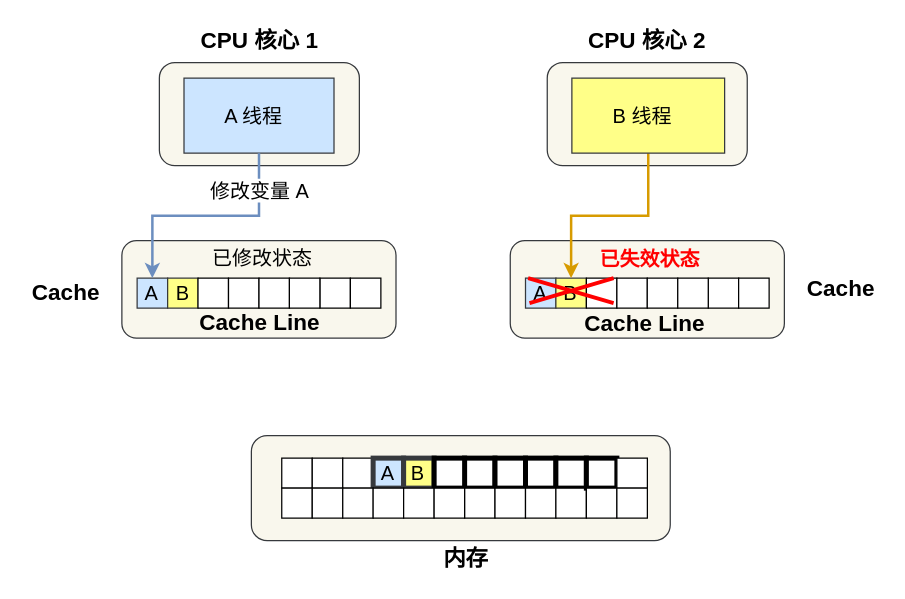
Above: 操作系统/CPU伪共享/分析伪共享4.drawio in xiaolincoder/ImageHost3 (draw.io), before the change. Source tidied: cells renumbered, new cells numbered last; positions are measured from the earlier drawing's top-left corner, leaving out a move shared by most shapes. Both pictures are drawn from the tidied source at 125%, with x=0, y=0 at pixel (21, 21).
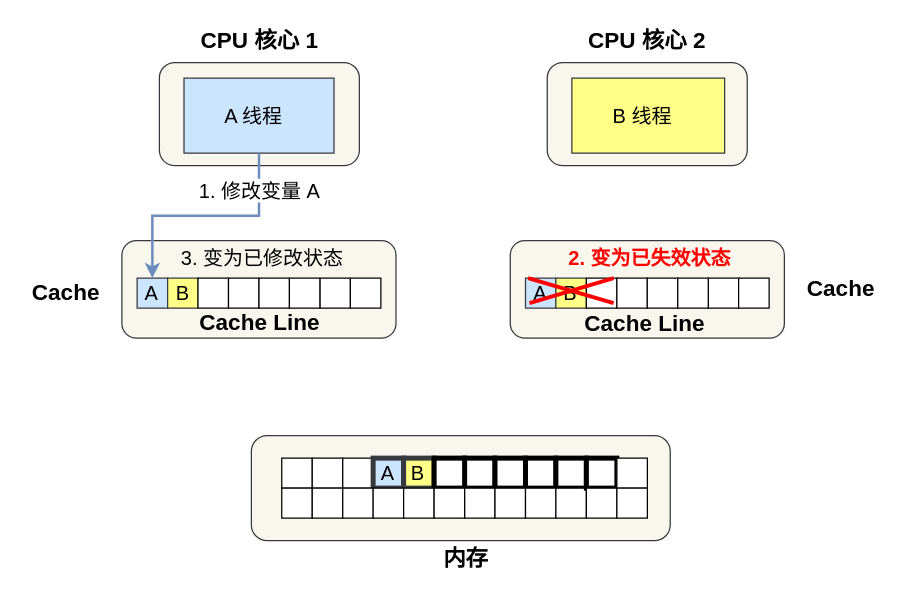
Above is the later version.

Commit message (it also covers changes not shown here):
Update 分析伪共享4.drawio

The change refers to these unchanged cells:
```xml
<mxCell id="3" value="&lt;font style=&quot;font-size: 16px&quot;&gt;A 线程&amp;nbsp;&amp;nbsp;&lt;/font&gt;" style="rounded=0;whiteSpace=wrap;html=1;shadow=0;sketch=0;strokeWidth=1;fillColor=#cce5ff;strokeColor=#36393d;" parent="1" vertex="1">
  <mxGeometry x="129.7" y="45" width="120" height="60" as="geometry" />
</mxCell>
<mxCell id="27" value="A" style="rounded=0;whiteSpace=wrap;html=1;fillColor=#cce5ff;strokeColor=#36393d;fontSize=16;" parent="1" vertex="1">
  <mxGeometry x="92.2" y="205" width="24.4" height="24" as="geometry" />
</mxCell>
<mxCell id="36" value="B" style="rounded=0;whiteSpace=wrap;html=1;fillColor=#ffff88;strokeColor=#36393d;fontSize=16;" parent="1" vertex="1">
  <mxGeometry x="427.2" y="205" width="24.4" height="24" as="geometry" />
</mxCell>
<mxCell id="50" value="&lt;font style=&quot;font-size: 16px&quot;&gt;B 线程&amp;nbsp;&amp;nbsp;&lt;/font&gt;" style="rounded=0;whiteSpace=wrap;html=1;shadow=0;sketch=0;strokeWidth=1;fillColor=#ffff88;strokeColor=#36393d;" parent="1" vertex="1">
  <mxGeometry x="440" y="45" width="122.2" height="60" as="geometry" />
</mxCell>
```

Diff of the diagram source:
```diff
@@
-    <mxCell id="49" style="edgeStyle=orthogonalEdgeStyle;rounded=0;jettySize=auto;html=1;fontSize=18;fillColor=#ffcd28;gradientColor=#ffa500;strokeColor=#d79b00;strokeWidth=2;" parent="1" edge="1" source="50" target="36">
-      <mxGeometry relative="1" as="geometry" />
-    </mxCell>
@@
-    <mxCell id="54" value="修改变量 A" style="edgeStyle=orthogonalEdgeStyle;rounded=0;jettySize=auto;html=1;entryX=0.5;entryY=0;entryDx=0;entryDy=0;fontSize=16;fillColor=#dae8fc;strokeColor=#6c8ebf;gradientColor=#7ea6e0;strokeWidth=2;exitX=0.5;exitY=1;exitDx=0;exitDy=0;" parent="1" edge="1" source="3" target="27">
+    <mxCell id="54" value="1. 修改变量 A" style="edgeStyle=orthogonalEdgeStyle;rounded=0;jettySize=auto;html=1;entryX=0.5;entryY=0;entryDx=0;entryDy=0;fontSize=16;fillColor=#dae8fc;strokeColor=#6c8ebf;gradientColor=#7ea6e0;strokeWidth=2;exitX=0.5;exitY=1;exitDx=0;exitDy=0;" parent="1" edge="1" source="3" target="27">
       <mxGeometry x="-0.68" relative="1" as="geometry" />
     </mxCell>
@@
-    <mxCell id="58" value="已修改状态" style="text;html=1;align=center;verticalAlign=middle;fontSize=16;" parent="1" vertex="1">
-      <mxGeometry x="142.3" y="179" width="100" height="20" as="geometry" />
+    <mxCell id="58" value="3. 变为已修改状态" style="text;html=1;align=center;verticalAlign=middle;fontSize=16;" parent="1" vertex="1">
+      <mxGeometry x="117.3" y="179" width="150" height="20" as="geometry" />
     </mxCell>
-    <mxCell id="59" value="已失效状态" style="text;html=1;align=center;verticalAlign=middle;fontSize=16;fontColor=#FF0000;fontStyle=1;" parent="1" vertex="1">
-      <mxGeometry x="451.6" y="180" width="100" height="20" as="geometry" />
+    <mxCell id="59" value="2. 变为已失效状态" style="text;html=1;align=center;verticalAlign=middle;fontSize=16;fontColor=#FF0000;fontStyle=1;" parent="1" vertex="1">
+      <mxGeometry x="427.2" y="179" width="150" height="20" as="geometry" />
     </mxCell>
```
